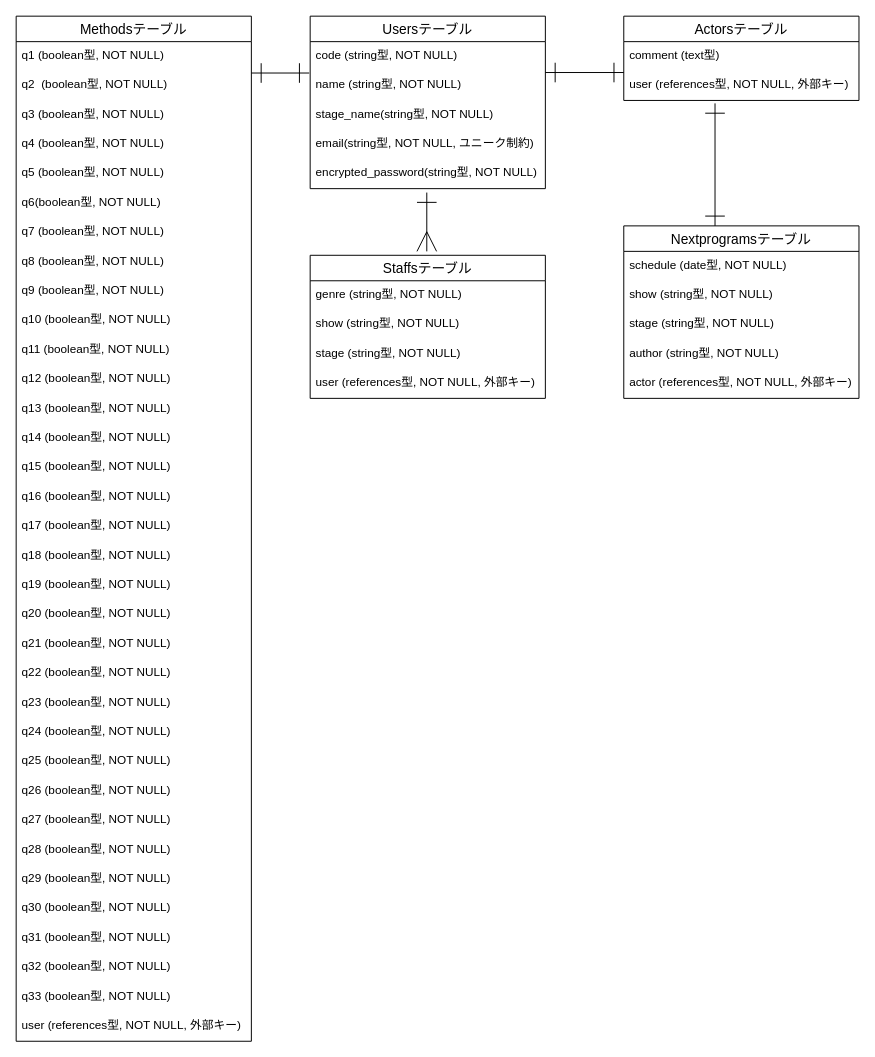
Before: ER.dio in morishitami/makiniummy, a draw.io diagram. Source tidied: cells renumbered, new cells numbered last; positions are measured from the earlier drawing's top-left corner, leaving out a move shared by most shapes. Both pictures are drawn from the tidied source at 98%, with x=0, y=0 at pixel (16, 16).
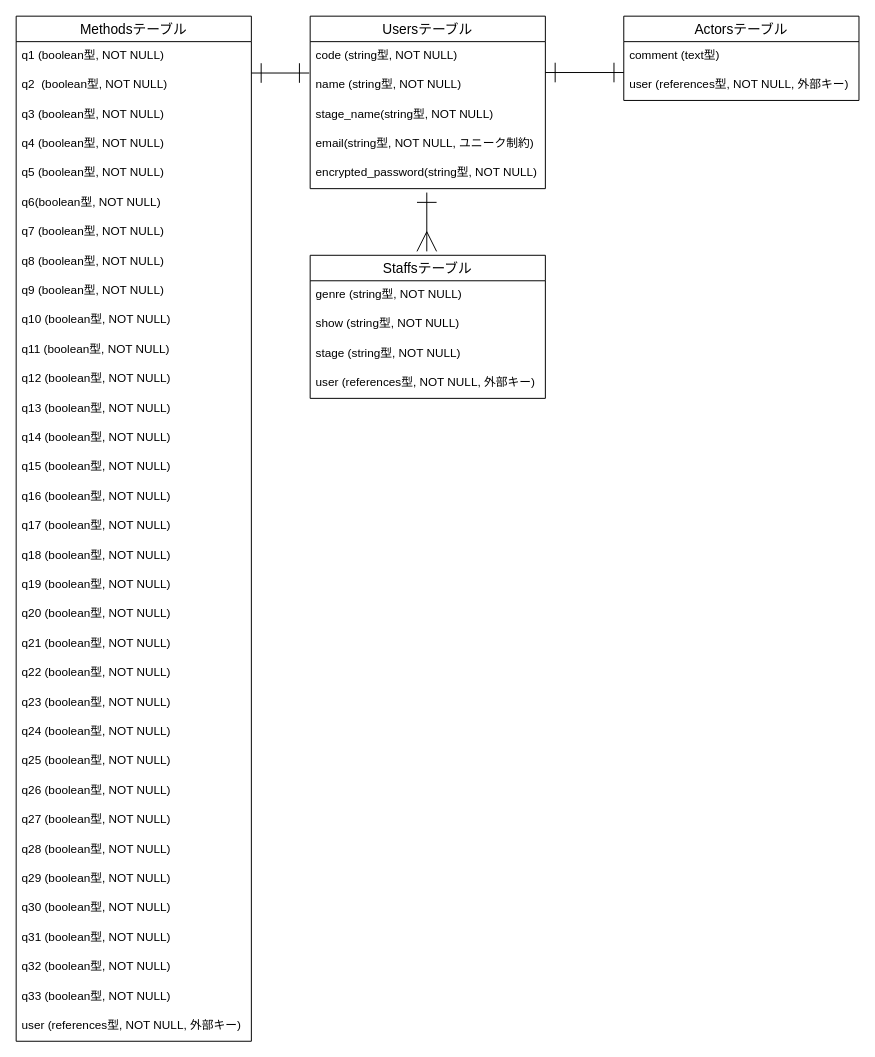
Above is the later version.

Unchanged cells that the change refers to:
```xml
<mxCell id="50" value="user (references型, NOT NULL, 外部キー)" style="text;strokeColor=none;fillColor=none;spacingLeft=4;spacingRight=4;overflow=hidden;points=[[0,0.5],[1,0.5]];portConstraint=eastwest;fontSize=12;" parent="48" vertex="1">
  <mxGeometry y="56" width="240" height="30" as="geometry" />
</mxCell>
```

What changed in the source:
```diff
@@
-    <mxCell id="51" value="Nextprogramsテーブル" style="swimlane;fontStyle=0;horizontal=1;startSize=26;align=center;fontSize=14;" parent="1" vertex="1">
-      <mxGeometry x="620" y="214" width="240" height="176" as="geometry" />
-    </mxCell>
-    <mxCell id="52" value="schedule (date型, NOT NULL)" style="text;strokeColor=none;fillColor=none;spacingLeft=4;spacingRight=4;overflow=hidden;fontSize=12;" parent="51" vertex="1">
-      <mxGeometry y="26" width="240" height="30" as="geometry" />
-    </mxCell>
-    <mxCell id="53" value="show (string型, NOT NULL)" style="text;strokeColor=none;fillColor=none;spacingLeft=4;spacingRight=4;overflow=hidden;fontSize=12;" parent="51" vertex="1">
-      <mxGeometry y="56" width="240" height="30" as="geometry" />
-    </mxCell>
-    <mxCell id="54" value="stage (string型, NOT NULL)" style="text;strokeColor=none;fillColor=none;spacingLeft=4;spacingRight=4;overflow=hidden;fontSize=12;" parent="51" vertex="1">
-      <mxGeometry y="86" width="240" height="30" as="geometry" />
-    </mxCell>
-    <mxCell id="55" value="author (string型, NOT NULL)" style="text;strokeColor=none;fillColor=none;spacingLeft=4;spacingRight=4;overflow=hidden;fontSize=12;" parent="51" vertex="1">
-      <mxGeometry y="116" width="240" height="30" as="geometry" />
-    </mxCell>
-    <mxCell id="56" value="actor (references型, NOT NULL, 外部キー)" style="text;strokeColor=none;fillColor=none;spacingLeft=4;spacingRight=4;overflow=hidden;fontSize=12;" parent="51" vertex="1">
-      <mxGeometry y="146" width="240" height="30" as="geometry" />
-    </mxCell>
@@
-    <mxCell id="60" style="edgeStyle=none;html=1;exitX=0.388;exitY=0;exitDx=0;exitDy=0;entryX=0.388;entryY=1.1;entryDx=0;entryDy=0;startArrow=ERone;startFill=0;endArrow=ERone;endFill=0;endSize=18;startSize=18;entryPerimeter=0;exitPerimeter=0;" parent="1" edge="1" source="51" target="50">
-      <mxGeometry relative="1" as="geometry" />
-    </mxCell>
```
